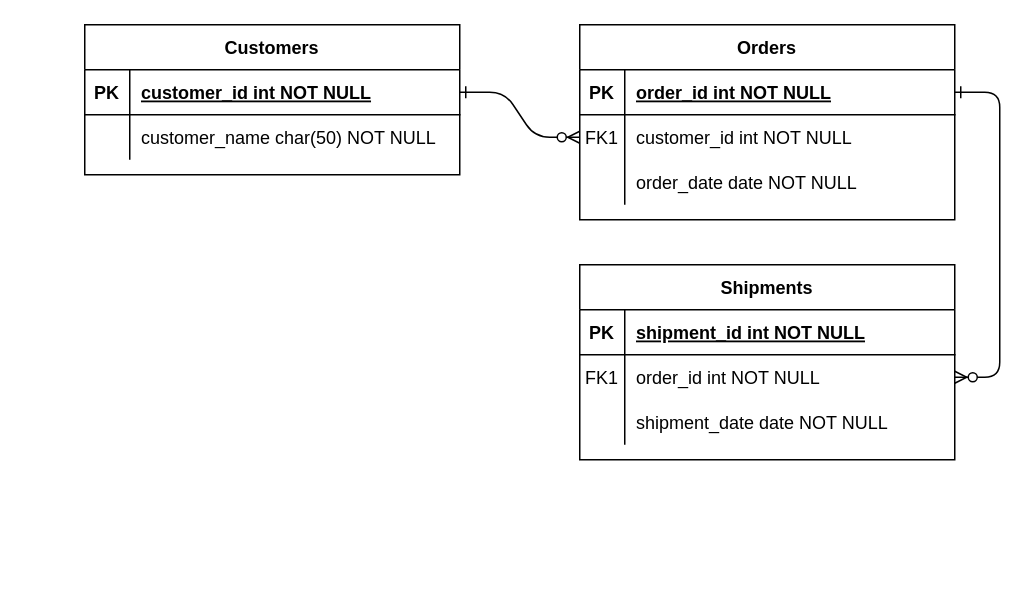
brillianodhiya/-LiLia-Sekai-_Profile-Web keeps this draw.io diagram as Untitled Diagram tp2.drawio. Above is the earlier version. Source tidied: cells renumbered, new cells numbered last; positions are measured from the earlier drawing's top-left corner, leaving out a move shared by most shapes. Both pictures are drawn from the tidied source at 150%, with x=0, y=0 at pixel (84, 24).
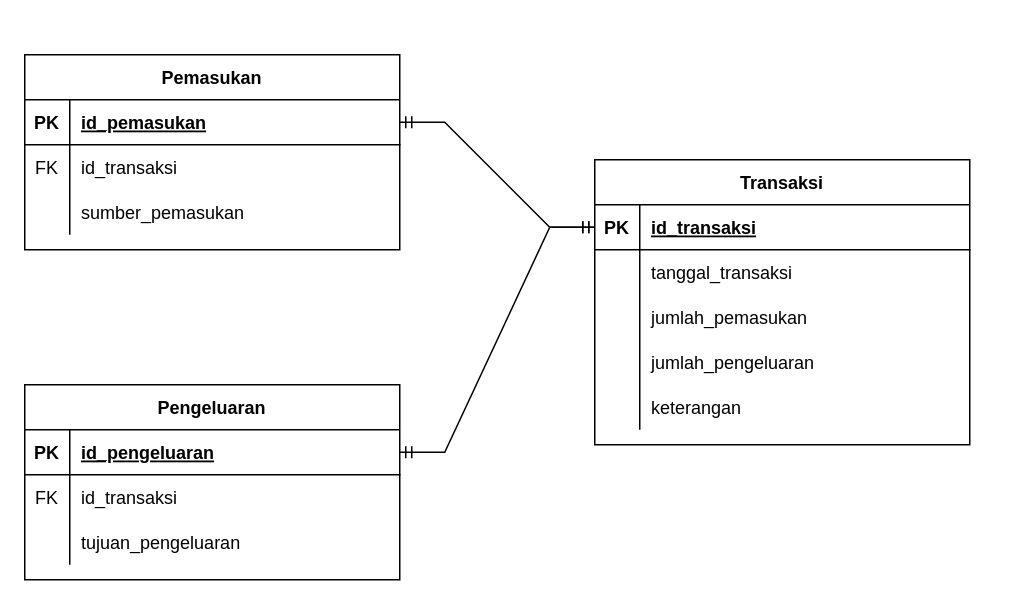
The same diagram, later.

The change refers to these unchanged cells:
```xml
<mxCell id="5" style="shape=partialRectangle;fillColor=none;points=[[0,0.5],[1,0.5]];portConstraint=eastwest;top=0;left=0;right=0;bottom=1;" parent="4" vertex="1">
  <mxGeometry y="30" width="250" height="30" as="geometry" />
</mxCell>
<mxCell id="25" style="shape=partialRectangle;fillColor=none;points=[[0,0.5],[1,0.5]];portConstraint=eastwest;top=0;left=0;right=0;bottom=1;" parent="24" vertex="1">
  <mxGeometry y="30" width="250" height="30" as="geometry" />
</mxCell>
<mxCell id="28" style="shape=partialRectangle;fillColor=none;top=0;left=0;right=0;bottom=0;" parent="24" vertex="1">
  <mxGeometry y="60" width="250" height="30" as="geometry" />
</mxCell>
```

Change to the diagram source:
```diff
@@
-    <mxCell id="2" style="edgeStyle=entityRelationEdgeStyle;endArrow=ERzeroToMany;startArrow=ERone;endFill=1;startFill=0;" parent="1" edge="1" source="25" target="8">
-      <mxGeometry relative="1" as="geometry" />
-    </mxCell>
-    <mxCell id="3" style="edgeStyle=entityRelationEdgeStyle;endArrow=ERzeroToMany;startArrow=ERone;endFill=1;startFill=0;" parent="1" edge="1" source="5" target="18">
-      <mxGeometry relative="1" as="geometry" />
-    </mxCell>
-    <mxCell id="4" value="Orders" style="shape=table;startSize=30;childLayout=tableLayout;rowLines=0;fontStyle=1;align=center;" parent="1" vertex="1">
-      <mxGeometry x="330" width="250" height="130" as="geometry" />
+    <mxCell id="4" value="Transaksi" style="shape=table;startSize=30;childLayout=tableLayout;rowLines=0;fontStyle=1;align=center;" parent="1" vertex="1">
+      <mxGeometry x="340" y="90" width="250" height="190" as="geometry" />
     </mxCell>
@@
-    <mxCell id="7" value="order_id int NOT NULL " style="shape=partialRectangle;overflow=hidden;fillColor=none;top=0;left=0;bottom=0;right=0;align=left;spacingLeft=6;fontStyle=5;" parent="5" vertex="1">
+    <mxCell id="7" value="id_transaksi" style="shape=partialRectangle;overflow=hidden;fillColor=none;top=0;left=0;bottom=0;right=0;align=left;spacingLeft=6;fontStyle=5;" parent="5" vertex="1">
       <mxGeometry x="30" width="220" height="30" as="geometry" />
     </mxCell>
-    <mxCell id="8" style="shape=partialRectangle;fillColor=none;points=[[0,0.5],[1,0.5]];portConstraint=eastwest;top=0;left=0;right=0;bottom=0;" parent="4" vertex="1">
-      <mxGeometry y="60" width="250" height="30" as="geometry" />
-    </mxCell>
-    <mxCell id="9" value="FK1" style="shape=partialRectangle;overflow=hidden;fillColor=none;top=0;left=0;bottom=0;right=0;" parent="8" vertex="1">
-      <mxGeometry width="30" height="30" as="geometry" />
-    </mxCell>
-    <mxCell id="10" value="customer_id int NOT NULL" style="shape=partialRectangle;overflow=hidden;fillColor=none;top=0;left=0;bottom=0;right=0;align=left;spacingLeft=6;" parent="8" vertex="1">
-      <mxGeometry x="30" width="220" height="30" as="geometry" />
-    </mxCell>
-    <mxCell id="11" style="shape=partialRectangle;fillColor=none;top=0;left=0;right=0;bottom=0;" parent="4" vertex="1">
-      <mxGeometry y="90" width="250" height="30" as="geometry" />
-    </mxCell>
-    <mxCell id="12" style="shape=partialRectangle;overflow=hidden;fillColor=none;top=0;left=0;bottom=0;right=0;" parent="11" vertex="1">
-      <mxGeometry width="30" height="30" as="geometry" />
-    </mxCell>
-    <mxCell id="13" value="order_date date NOT NULL" style="shape=partialRectangle;overflow=hidden;fillColor=none;top=0;left=0;bottom=0;right=0;align=left;spacingLeft=6;" parent="11" vertex="1">
-      <mxGeometry x="30" width="220" height="30" as="geometry" />
-    </mxCell>
-    <mxCell id="14" value="Shipments" style="shape=table;startSize=30;childLayout=tableLayout;rowLines=0;fontStyle=1;align=center;" parent="1" vertex="1">
-      <mxGeometry x="330" y="160" width="250" height="130" as="geometry" />
-    </mxCell>
-    <mxCell id="15" style="shape=partialRectangle;fillColor=none;points=[[0,0.5],[1,0.5]];portConstraint=eastwest;top=0;left=0;right=0;bottom=1;" parent="14" vertex="1">
-      <mxGeometry y="30" width="250" height="30" as="geometry" />
-    </mxCell>
-    <mxCell id="16" value="PK" style="shape=partialRectangle;overflow=hidden;fillColor=none;top=0;left=0;bottom=0;right=0;fontStyle=1;" parent="15" vertex="1">
-      <mxGeometry width="30" height="30" as="geometry" />
-    </mxCell>
-    <mxCell id="17" value="shipment_id int NOT NULL " style="shape=partialRectangle;overflow=hidden;fillColor=none;top=0;left=0;bottom=0;right=0;align=left;spacingLeft=6;fontStyle=5;" parent="15" vertex="1">
-      <mxGeometry x="30" width="220" height="30" as="geometry" />
-    </mxCell>
-    <mxCell id="18" style="shape=partialRectangle;fillColor=none;points=[[0,0.5],[1,0.5]];portConstraint=eastwest;top=0;left=0;right=0;bottom=0;" parent="14" vertex="1">
-      <mxGeometry y="60" width="250" height="30" as="geometry" />
-    </mxCell>
-    <mxCell id="19" value="FK1" style="shape=partialRectangle;overflow=hidden;fillColor=none;top=0;left=0;bottom=0;right=0;" parent="18" vertex="1">
-      <mxGeometry width="30" height="30" as="geometry" />
-    </mxCell>
-    <mxCell id="20" value="order_id int NOT NULL" style="shape=partialRectangle;overflow=hidden;fillColor=none;top=0;left=0;bottom=0;right=0;align=left;spacingLeft=6;" parent="18" vertex="1">
-      <mxGeometry x="30" width="220" height="30" as="geometry" />
-    </mxCell>
-    <mxCell id="21" style="shape=partialRectangle;fillColor=none;top=0;left=0;right=0;bottom=0;" parent="14" vertex="1">
-      <mxGeometry y="90" width="250" height="30" as="geometry" />
-    </mxCell>
-    <mxCell id="22" style="shape=partialRectangle;overflow=hidden;fillColor=none;top=0;left=0;bottom=0;right=0;" parent="21" vertex="1">
-      <mxGeometry width="30" height="30" as="geometry" />
-    </mxCell>
-    <mxCell id="23" value="shipment_date date NOT NULL" style="shape=partialRectangle;overflow=hidden;fillColor=none;top=0;left=0;bottom=0;right=0;align=left;spacingLeft=6;" parent="21" vertex="1">
-      <mxGeometry x="30" width="220" height="30" as="geometry" />
-    </mxCell>
+    <mxCell id="31" style="shape=partialRectangle;fillColor=none;top=0;left=0;right=0;bottom=0;" parent="4" vertex="1">
+      <mxGeometry y="60" width="250" height="30" as="geometry" />
+    </mxCell>
+    <mxCell id="32" style="shape=partialRectangle;overflow=hidden;fillColor=none;top=0;left=0;bottom=0;right=0;" parent="31" vertex="1">
+      <mxGeometry width="30" height="30" as="geometry" />
+    </mxCell>
+    <mxCell id="33" value="tanggal_transaksi" style="shape=partialRectangle;overflow=hidden;fillColor=none;top=0;left=0;bottom=0;right=0;align=left;spacingLeft=6;" parent="31" vertex="1">
+      <mxGeometry x="30" width="220" height="30" as="geometry" />
+    </mxCell>
+    <mxCell id="34" style="shape=partialRectangle;fillColor=none;top=0;left=0;right=0;bottom=0;" parent="4" vertex="1">
+      <mxGeometry y="90" width="250" height="30" as="geometry" />
+    </mxCell>
+    <mxCell id="35" style="shape=partialRectangle;overflow=hidden;fillColor=none;top=0;left=0;bottom=0;right=0;" parent="34" vertex="1">
+      <mxGeometry width="30" height="30" as="geometry" />
+    </mxCell>
+    <mxCell id="36" value="jumlah_pemasukan" style="shape=partialRectangle;overflow=hidden;fillColor=none;top=0;left=0;bottom=0;right=0;align=left;spacingLeft=6;" parent="34" vertex="1">
+      <mxGeometry x="30" width="220" height="30" as="geometry" />
+    </mxCell>
+    <mxCell id="37" style="shape=partialRectangle;fillColor=none;top=0;left=0;right=0;bottom=0;" parent="4" vertex="1">
+      <mxGeometry y="120" width="250" height="30" as="geometry" />
+    </mxCell>
+    <mxCell id="38" style="shape=partialRectangle;overflow=hidden;fillColor=none;top=0;left=0;bottom=0;right=0;" parent="37" vertex="1">
+      <mxGeometry width="30" height="30" as="geometry" />
+    </mxCell>
+    <mxCell id="39" value="jumlah_pengeluaran" style="shape=partialRectangle;overflow=hidden;fillColor=none;top=0;left=0;bottom=0;right=0;align=left;spacingLeft=6;" parent="37" vertex="1">
+      <mxGeometry x="30" width="220" height="30" as="geometry" />
+    </mxCell>
+    <mxCell id="40" style="shape=partialRectangle;fillColor=none;top=0;left=0;right=0;bottom=0;" parent="4" vertex="1">
+      <mxGeometry y="150" width="250" height="30" as="geometry" />
+    </mxCell>
+    <mxCell id="41" style="shape=partialRectangle;overflow=hidden;fillColor=none;top=0;left=0;bottom=0;right=0;" parent="40" vertex="1">
+      <mxGeometry width="30" height="30" as="geometry" />
+    </mxCell>
+    <mxCell id="42" value="keterangan" style="shape=partialRectangle;overflow=hidden;fillColor=none;top=0;left=0;bottom=0;right=0;align=left;spacingLeft=6;" parent="40" vertex="1">
+      <mxGeometry x="30" width="220" height="30" as="geometry" />
+    </mxCell>
-    <mxCell id="24" value="Customers" style="shape=table;startSize=30;childLayout=tableLayout;rowLines=0;fontStyle=1;align=center;" parent="1" vertex="1">
-      <mxGeometry width="250" height="100" as="geometry" />
+    <mxCell id="24" value="Pemasukan" style="shape=table;startSize=30;childLayout=tableLayout;rowLines=0;fontStyle=1;align=center;" parent="1" vertex="1">
+      <mxGeometry x="-40" y="20" width="250" height="130" as="geometry" />
     </mxCell>
@@
-    <mxCell id="27" value="customer_id int NOT NULL " style="shape=partialRectangle;overflow=hidden;fillColor=none;top=0;left=0;bottom=0;right=0;align=left;spacingLeft=6;fontStyle=5;" parent="25" vertex="1">
+    <mxCell id="27" value="id_pemasukan" style="shape=partialRectangle;overflow=hidden;fillColor=none;top=0;left=0;bottom=0;right=0;align=left;spacingLeft=6;fontStyle=5;" parent="25" vertex="1">
       <mxGeometry x="30" width="220" height="30" as="geometry" />
     </mxCell>
@@
-    <mxCell id="29" style="shape=partialRectangle;overflow=hidden;fillColor=none;top=0;left=0;bottom=0;right=0;" parent="28" vertex="1">
+    <mxCell id="29" value="FK" style="shape=partialRectangle;overflow=hidden;fillColor=none;top=0;left=0;bottom=0;right=0;" parent="28" vertex="1">
       <mxGeometry width="30" height="30" as="geometry" />
     </mxCell>
-    <mxCell id="30" value="customer_name char(50) NOT NULL" style="shape=partialRectangle;overflow=hidden;fillColor=none;top=0;left=0;bottom=0;right=0;align=left;spacingLeft=6;" parent="28" vertex="1">
+    <mxCell id="30" value="id_transaksi" style="shape=partialRectangle;overflow=hidden;fillColor=none;top=0;left=0;bottom=0;right=0;align=left;spacingLeft=6;" parent="28" vertex="1">
       <mxGeometry x="30" width="220" height="30" as="geometry" />
     </mxCell>
+    <mxCell id="43" style="shape=partialRectangle;fillColor=none;top=0;left=0;right=0;bottom=0;" parent="24" vertex="1">
+      <mxGeometry y="90" width="250" height="30" as="geometry" />
+    </mxCell>
+    <mxCell id="44" style="shape=partialRectangle;overflow=hidden;fillColor=none;top=0;left=0;bottom=0;right=0;" parent="43" vertex="1">
+      <mxGeometry width="30" height="30" as="geometry" />
+    </mxCell>
+    <mxCell id="45" value="sumber_pemasukan" style="shape=partialRectangle;overflow=hidden;fillColor=none;top=0;left=0;bottom=0;right=0;align=left;spacingLeft=6;" parent="43" vertex="1">
+      <mxGeometry x="30" width="220" height="30" as="geometry" />
+    </mxCell>
+    <mxCell id="46" value="Pengeluaran" style="shape=table;startSize=30;childLayout=tableLayout;rowLines=0;fontStyle=1;align=center;" parent="1" vertex="1">
+      <mxGeometry x="-40" y="240" width="250" height="130" as="geometry" />
+    </mxCell>
+    <mxCell id="15" style="shape=partialRectangle;fillColor=none;points=[[0,0.5],[1,0.5]];portConstraint=eastwest;top=0;left=0;right=0;bottom=1;" parent="46" vertex="1">
+      <mxGeometry y="30" width="250" height="30" as="geometry" />
+    </mxCell>
+    <mxCell id="16" value="PK" style="shape=partialRectangle;overflow=hidden;fillColor=none;top=0;left=0;bottom=0;right=0;fontStyle=1;" parent="15" vertex="1">
+      <mxGeometry width="30" height="30" as="geometry" />
+    </mxCell>
+    <mxCell id="47" value="id_pengeluaran" style="shape=partialRectangle;overflow=hidden;fillColor=none;top=0;left=0;bottom=0;right=0;align=left;spacingLeft=6;fontStyle=5;" parent="15" vertex="1">
+      <mxGeometry x="30" width="220" height="30" as="geometry" />
+    </mxCell>
+    <mxCell id="48" style="shape=partialRectangle;fillColor=none;top=0;left=0;right=0;bottom=0;" parent="46" vertex="1">
+      <mxGeometry y="60" width="250" height="30" as="geometry" />
+    </mxCell>
+    <mxCell id="49" value="FK" style="shape=partialRectangle;overflow=hidden;fillColor=none;top=0;left=0;bottom=0;right=0;" parent="48" vertex="1">
+      <mxGeometry width="30" height="30" as="geometry" />
+    </mxCell>
+    <mxCell id="50" value="id_transaksi" style="shape=partialRectangle;overflow=hidden;fillColor=none;top=0;left=0;bottom=0;right=0;align=left;spacingLeft=6;" parent="48" vertex="1">
+      <mxGeometry x="30" width="220" height="30" as="geometry" />
+    </mxCell>
+    <mxCell id="51" style="shape=partialRectangle;fillColor=none;top=0;left=0;right=0;bottom=0;" parent="46" vertex="1">
+      <mxGeometry y="90" width="250" height="30" as="geometry" />
+    </mxCell>
+    <mxCell id="52" style="shape=partialRectangle;overflow=hidden;fillColor=none;top=0;left=0;bottom=0;right=0;" parent="51" vertex="1">
+      <mxGeometry width="30" height="30" as="geometry" />
+    </mxCell>
+    <mxCell id="53" value="tujuan_pengeluaran" style="shape=partialRectangle;overflow=hidden;fillColor=none;top=0;left=0;bottom=0;right=0;align=left;spacingLeft=6;" parent="51" vertex="1">
+      <mxGeometry x="30" width="220" height="30" as="geometry" />
+    </mxCell>
+    <mxCell id="54" style="edgeStyle=entityRelationEdgeStyle;fontSize=12;html=1;endArrow=ERmandOne;startArrow=ERmandOne;rounded=0;entryX=0;entryY=0.5;entryDx=0;entryDy=0;exitX=1;exitY=0.5;exitDx=0;exitDy=0;" parent="1" edge="1" source="25" target="5">
+      <mxGeometry relative="1" as="geometry" />
+    </mxCell>
+    <mxCell id="55" style="edgeStyle=entityRelationEdgeStyle;fontSize=12;html=1;endArrow=ERmandOne;startArrow=ERmandOne;rounded=0;entryX=0;entryY=0.5;entryDx=0;entryDy=0;exitX=1;exitY=0.5;exitDx=0;exitDy=0;" parent="1" edge="1" source="15" target="5">
+      <mxGeometry relative="1" as="geometry" />
+    </mxCell>
```
